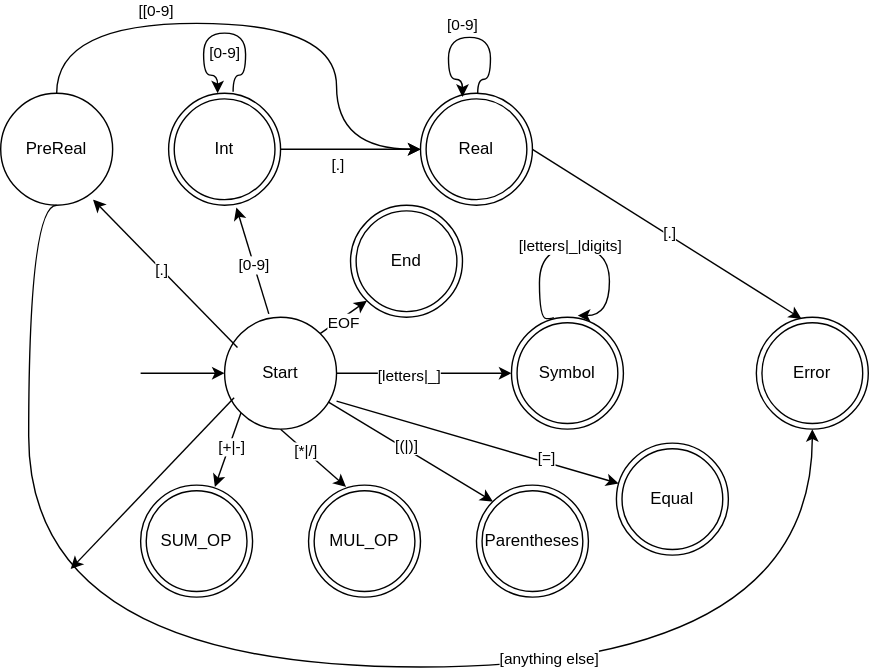
This is doc/NFA.drawio.svg from Raffaello/symbols, a draw.io export, as it was before one commit. Source tidied: cells renumbered, new cells last; positions are measured from the earlier drawing's top-left corner, leaving out a move shared by most shapes.
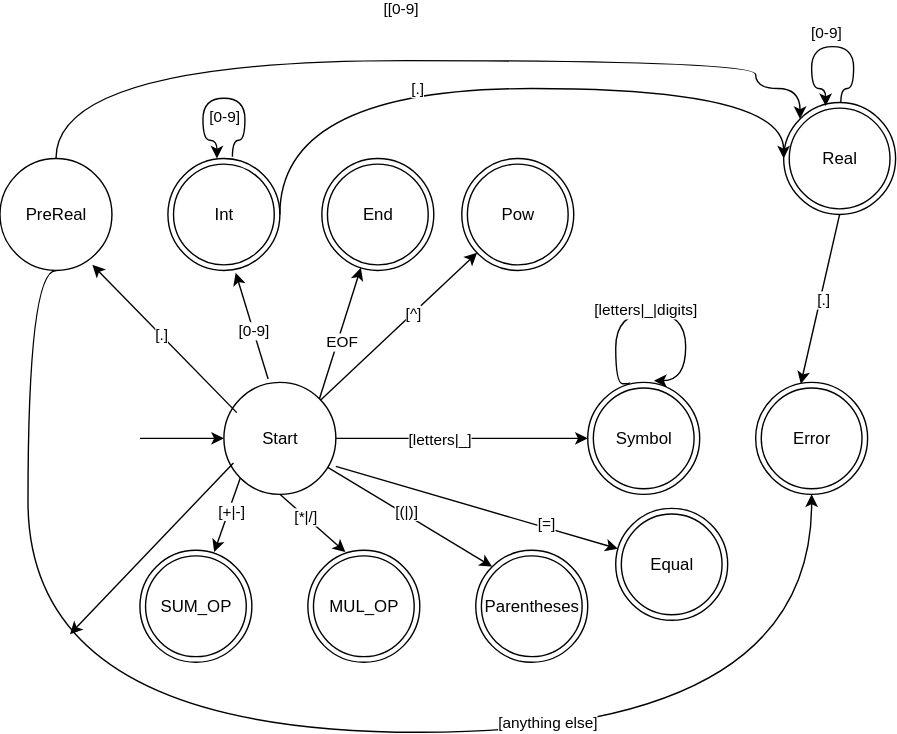
After the change.

Change to the diagram source:
```diff
@@ -3,7 +3,7 @@
     <mxCell id="0" />
     <mxCell id="1" parent="0" />
     <mxCell id="2" value="Real" style="ellipse;shape=doubleEllipse;whiteSpace=wrap;html=1;" parent="1" vertex="1">
-      <mxGeometry x="300" y="50" width="80" height="80" as="geometry" />
+      <mxGeometry x="560" y="10" width="80" height="80" as="geometry" />
     </mxCell>
     <mxCell id="3" value="Start" style="ellipse;whiteSpace=wrap;html=1;" parent="1" vertex="1">
       <mxGeometry x="160" y="210" width="80" height="80" as="geometry" />
@@ -16,12 +16,12 @@
     <mxCell id="5" style="endArrow=classic;html=1;rounded=0;edgeStyle=orthogonalEdgeStyle;curved=1;exitX=0.511;exitY=-0.002;exitDx=0;exitDy=0;exitPerimeter=0;entryX=0.375;entryY=0.032;entryDx=0;entryDy=0;entryPerimeter=0;" parent="1" edge="1" source="2" target="2">
       <mxGeometry relative="1" as="geometry">
         <Array as="points">
-          <mxPoint x="341" y="40" />
-          <mxPoint x="350" y="40" />
-          <mxPoint x="350" y="10" />
-          <mxPoint x="320" y="10" />
-          <mxPoint x="320" y="40" />
-          <mxPoint x="330" y="40" />
+          <mxPoint x="601" />
+          <mxPoint x="610" />
+          <mxPoint x="610" y="-30" />
+          <mxPoint x="580" y="-30" />
+          <mxPoint x="580" />
+          <mxPoint x="590" />
         </Array>
       </mxGeometry>
     </mxCell>
@@ -33,14 +33,14 @@
     <mxCell id="7" value="Error" style="ellipse;shape=doubleEllipse;whiteSpace=wrap;html=1;" parent="1" vertex="1">
       <mxGeometry x="540" y="210" width="80" height="80" as="geometry" />
     </mxCell>
-    <mxCell id="8" style="endArrow=classic;html=1;rounded=0;exitX=1;exitY=0.5;exitDx=0;exitDy=0;entryX=0.403;entryY=0.014;entryDx=0;entryDy=0;entryPerimeter=0;" parent="1" edge="1" source="2" target="7">
+    <mxCell id="8" style="endArrow=classic;html=1;rounded=0;exitX=0.5;exitY=1;exitDx=0;exitDy=0;entryX=0.403;entryY=0.014;entryDx=0;entryDy=0;entryPerimeter=0;" parent="1" edge="1" source="2" target="7">
       <mxGeometry relative="1" as="geometry" />
     </mxCell>
     <mxCell id="9" value="[.]" style="edgeLabel;html=1;align=center;verticalAlign=middle;" parent="8" vertex="1">
       <mxGeometry y="2" relative="1" as="geometry" />
     </mxCell>
     <mxCell id="10" value="Symbol" style="ellipse;shape=doubleEllipse;whiteSpace=wrap;html=1;" parent="1" vertex="1">
-      <mxGeometry x="365" y="210" width="80" height="80" as="geometry" />
+      <mxGeometry x="420" y="210" width="80" height="80" as="geometry" />
     </mxCell>
     <mxCell id="11" style="endArrow=classic;html=1;rounded=0;exitX=1;exitY=0.5;exitDx=0;exitDy=0;entryX=0;entryY=0.5;entryDx=0;entryDy=0;" parent="1" edge="1" source="3" target="10">
       <mxGeometry relative="1" as="geometry" />
@@ -51,11 +51,11 @@
     <mxCell id="13" style="endArrow=classic;html=1;rounded=0;exitX=0.375;exitY=0;exitDx=0;exitDy=0;exitPerimeter=0;edgeStyle=orthogonalEdgeStyle;curved=1;entryX=0.592;entryY=-0.015;entryDx=0;entryDy=0;entryPerimeter=0;" parent="1" edge="1" source="10" target="10">
       <mxGeometry relative="1" as="geometry">
         <Array as="points">
-          <mxPoint x="395" y="211" />
-          <mxPoint x="385" y="211" />
-          <mxPoint x="385" y="160" />
-          <mxPoint x="435" y="160" />
-          <mxPoint x="435" y="209" />
+          <mxPoint x="450" y="211" />
+          <mxPoint x="440" y="211" />
+          <mxPoint x="440" y="160" />
+          <mxPoint x="490" y="160" />
+          <mxPoint x="490" y="209" />
         </Array>
       </mxGeometry>
     </mxCell>
@@ -98,14 +98,17 @@
     <mxCell id="26" value="[0-9]" style="edgeLabel;html=1;align=center;verticalAlign=middle;" parent="25" vertex="1">
       <mxGeometry x="-0.08" relative="1" as="geometry" />
     </mxCell>
-    <mxCell id="27" style="endArrow=classic;html=1;rounded=0;exitX=1;exitY=0.5;exitDx=0;exitDy=0;" parent="1" edge="1" source="24">
+    <mxCell id="27" style="endArrow=classic;html=1;rounded=0;exitX=1;exitY=0.5;exitDx=0;exitDy=0;entryX=0;entryY=0.5;entryDx=0;entryDy=0;edgeStyle=orthogonalEdgeStyle;curved=1;" parent="1" edge="1" source="24" target="2">
       <mxGeometry relative="1" as="geometry">
-        <mxPoint x="300" y="90" as="targetPoint" />
+        <Array as="points">
+          <mxPoint x="200" />
+          <mxPoint x="560" />
+        </Array>
       </mxGeometry>
     </mxCell>
     <mxCell id="28" value="[.]" style="edgeLabel;html=1;align=center;verticalAlign=middle;" parent="27" vertex="1">
       <mxGeometry x="0.14" y="-4" relative="1" as="geometry">
-        <mxPoint x="-17" y="6" as="offset" />
+        <mxPoint x="-97" y="-4" as="offset" />
       </mxGeometry>
     </mxCell>
     <mxCell id="29" value="PreReal" style="ellipse;whiteSpace=wrap;html=1;" parent="1" vertex="1">
@@ -117,12 +120,13 @@
     <mxCell id="31" value="[.]" style="edgeLabel;html=1;align=center;verticalAlign=middle;" parent="30" vertex="1">
       <mxGeometry x="0.06" relative="1" as="geometry" />
     </mxCell>
-    <mxCell id="32" style="endArrow=classic;html=1;rounded=0;exitX=0.5;exitY=0;exitDx=0;exitDy=0;edgeStyle=orthogonalEdgeStyle;curved=1;" parent="1" edge="1" source="29" target="2">
+    <mxCell id="32" style="endArrow=classic;html=1;rounded=0;exitX=0.5;exitY=0;exitDx=0;exitDy=0;edgeStyle=orthogonalEdgeStyle;curved=1;entryX=0;entryY=0;entryDx=0;entryDy=0;" parent="1" edge="1" source="29" target="2">
       <mxGeometry relative="1" as="geometry">
         <Array as="points">
-          <mxPoint x="40" />
-          <mxPoint x="240" />
-          <mxPoint x="240" y="90" />
+          <mxPoint x="40" y="-20" />
+          <mxPoint x="540" y="-20" />
+          <mxPoint x="540" />
+          <mxPoint x="572" />
         </Array>
       </mxGeometry>
     </mxCell>
@@ -178,9 +182,9 @@
       <mxGeometry x="0.47" y="3" relative="1" as="geometry" />
     </mxCell>
     <mxCell id="42" value="End" style="ellipse;shape=doubleEllipse;whiteSpace=wrap;html=1;" parent="1" vertex="1">
-      <mxGeometry x="250" y="130" width="80" height="80" as="geometry" />
+      <mxGeometry x="230" y="50" width="80" height="80" as="geometry" />
     </mxCell>
-    <mxCell id="43" style="endArrow=classic;html=1;rounded=0;exitX=1;exitY=0;exitDx=0;exitDy=0;entryX=0;entryY=1;entryDx=0;entryDy=0;" parent="1" edge="1" source="3" target="42">
+    <mxCell id="43" style="endArrow=classic;html=1;rounded=0;exitX=1;exitY=0;exitDx=0;exitDy=0;" parent="1" edge="1" source="3" target="42">
       <mxGeometry relative="1" as="geometry" />
     </mxCell>
     <mxCell id="44" value="EOF" style="edgeLabel;html=1;align=center;verticalAlign=middle;" parent="43" vertex="1">
@@ -188,5 +192,14 @@
         <mxPoint y="1" as="offset" />
       </mxGeometry>
     </mxCell>
+    <mxCell id="45" value="Pow" style="ellipse;shape=doubleEllipse;whiteSpace=wrap;html=1;" parent="1" vertex="1">
+      <mxGeometry x="330" y="50" width="80" height="80" as="geometry" />
+    </mxCell>
+    <mxCell id="46" style="endArrow=classic;html=1;rounded=0;" parent="1" edge="1" source="3" target="45">
+      <mxGeometry relative="1" as="geometry" />
+    </mxCell>
+    <mxCell id="47" value="[^]" style="edgeLabel;html=1;align=center;verticalAlign=middle;" parent="46" vertex="1">
+      <mxGeometry x="0.17" relative="1" as="geometry" />
+    </mxCell>
   </root>
 </mxGraphModel>
```
